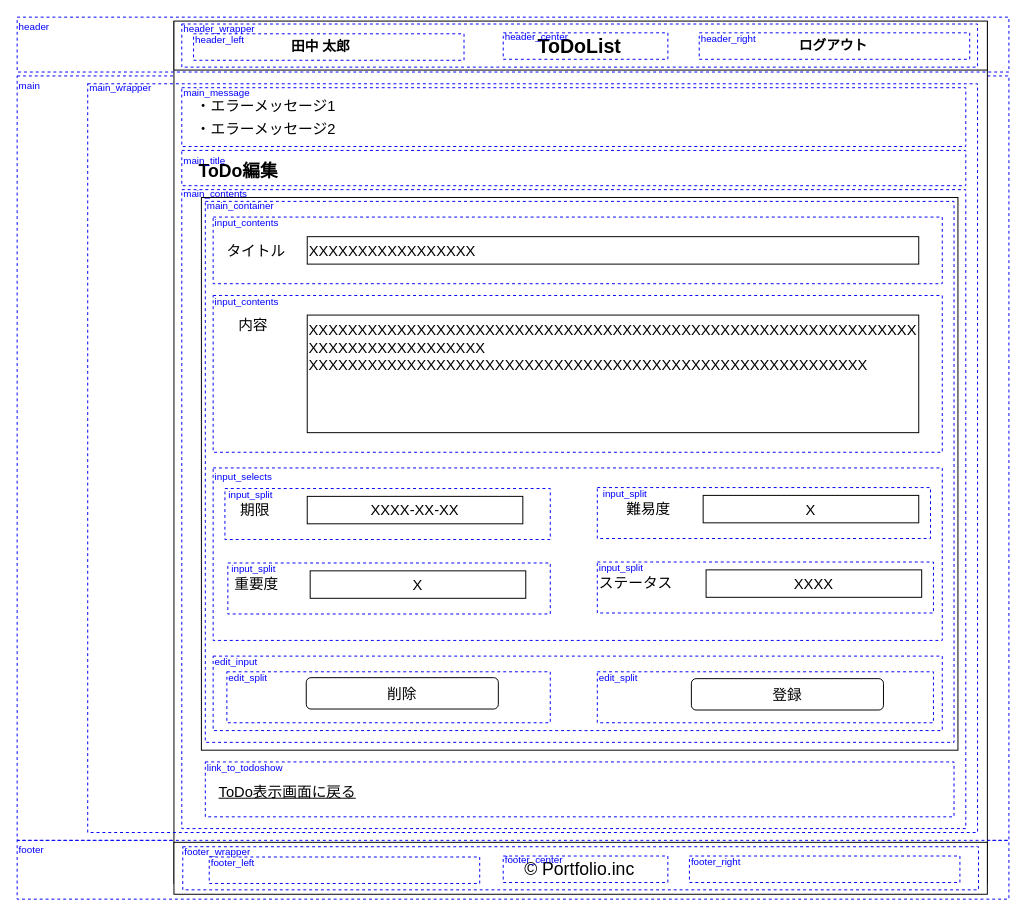
RRRYOOO/portfolio keeps this draw.io diagram as portfolio03/01/layout/todo_edit/portfolio03_01_todo_edit_detail.drawio. Above is the earlier version. Source tidied: cells renumbered, new cells numbered last; positions are measured from the earlier drawing's top-left corner, leaving out a move shared by most shapes. Both pictures are drawn from the tidied source at 98%, with x=0, y=0 at pixel (17, 17).
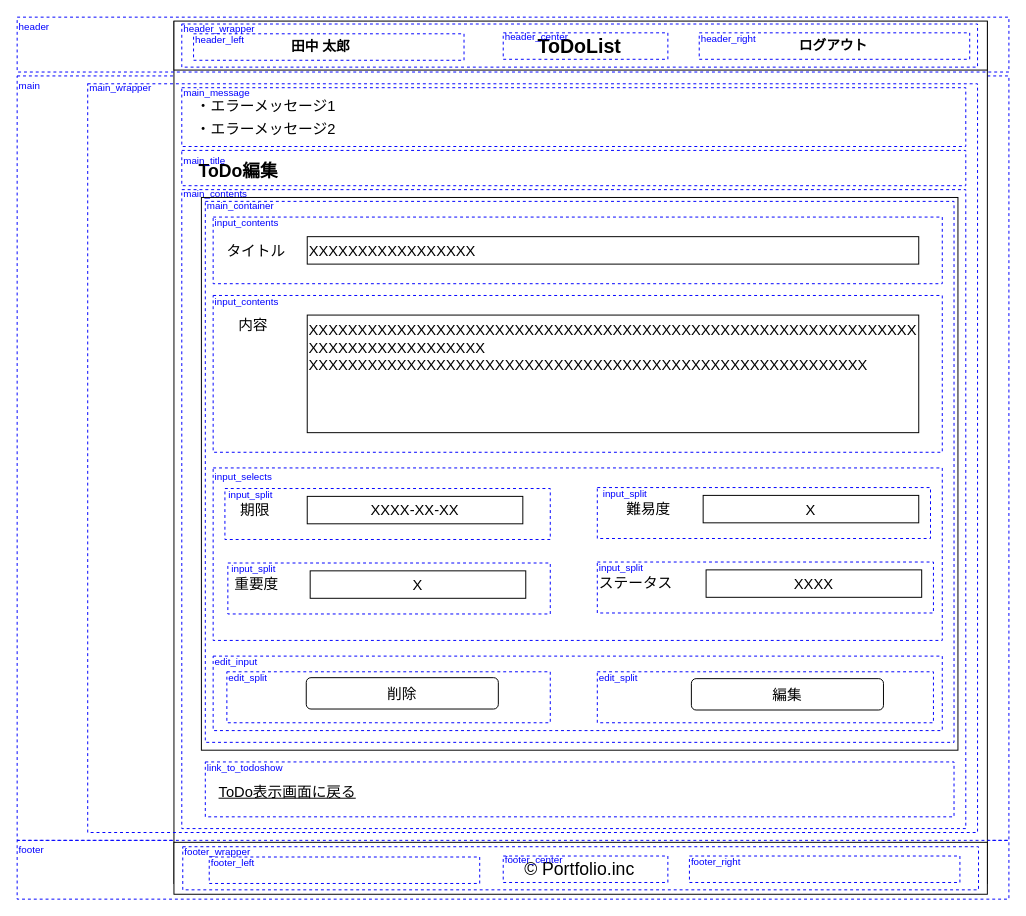
The same diagram, later.

The change refers to these unchanged cells:
```xml
<mxCell id="3" style="group;" parent="1" vertex="1">
  <mxGeometry x="160" y="4" width="830" height="880" as="geometry" />
</mxCell>
```

Diff of the diagram source:
```diff
@@
-    <mxCell id="19" value="登録" style="rounded=1;whiteSpace=wrap;html=1;fontSize=15;align=center;" parent="3" vertex="1">
+    <mxCell id="19" value="編集" style="rounded=1;whiteSpace=wrap;html=1;fontSize=15;align=center;" parent="3" vertex="1">
       <mxGeometry x="528" y="671" width="196" height="32" as="geometry" />
     </mxCell>
```
